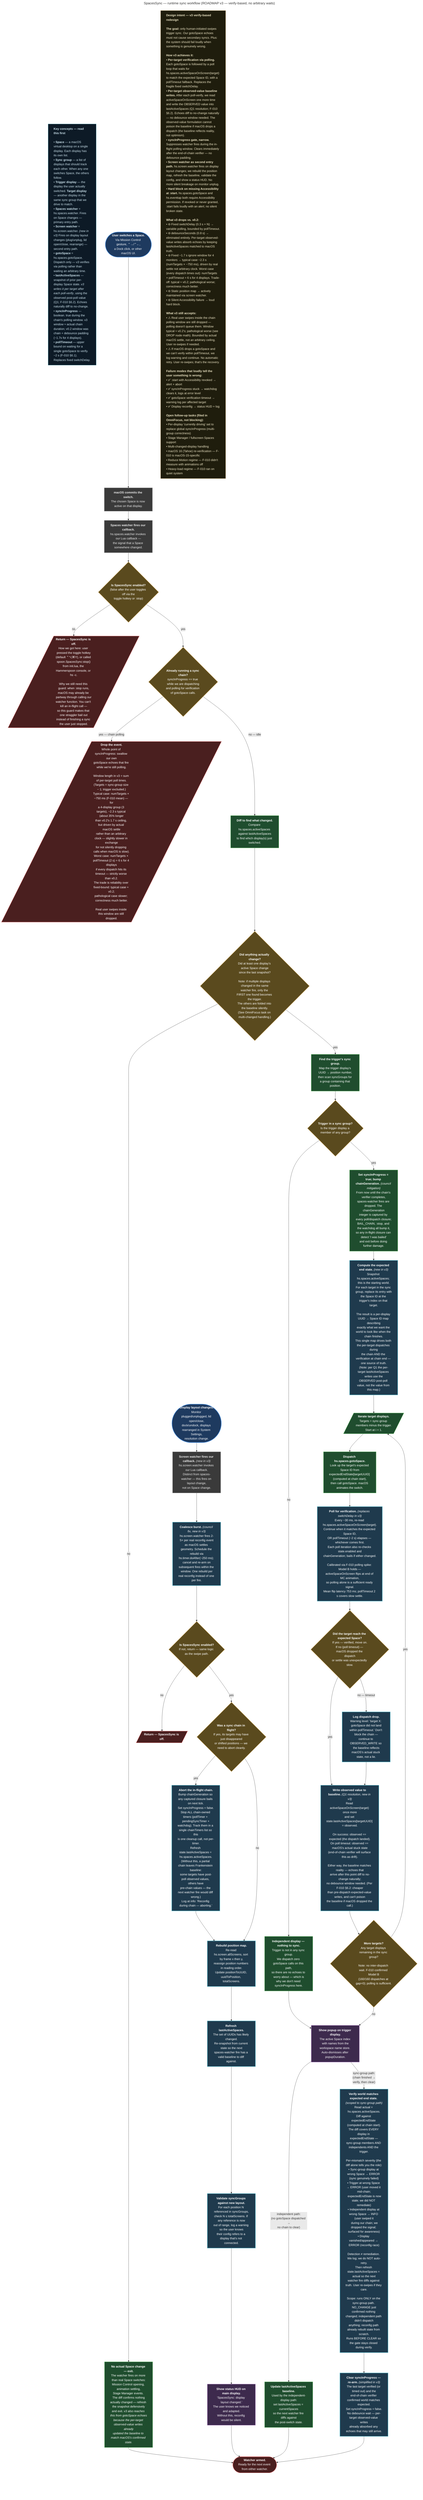
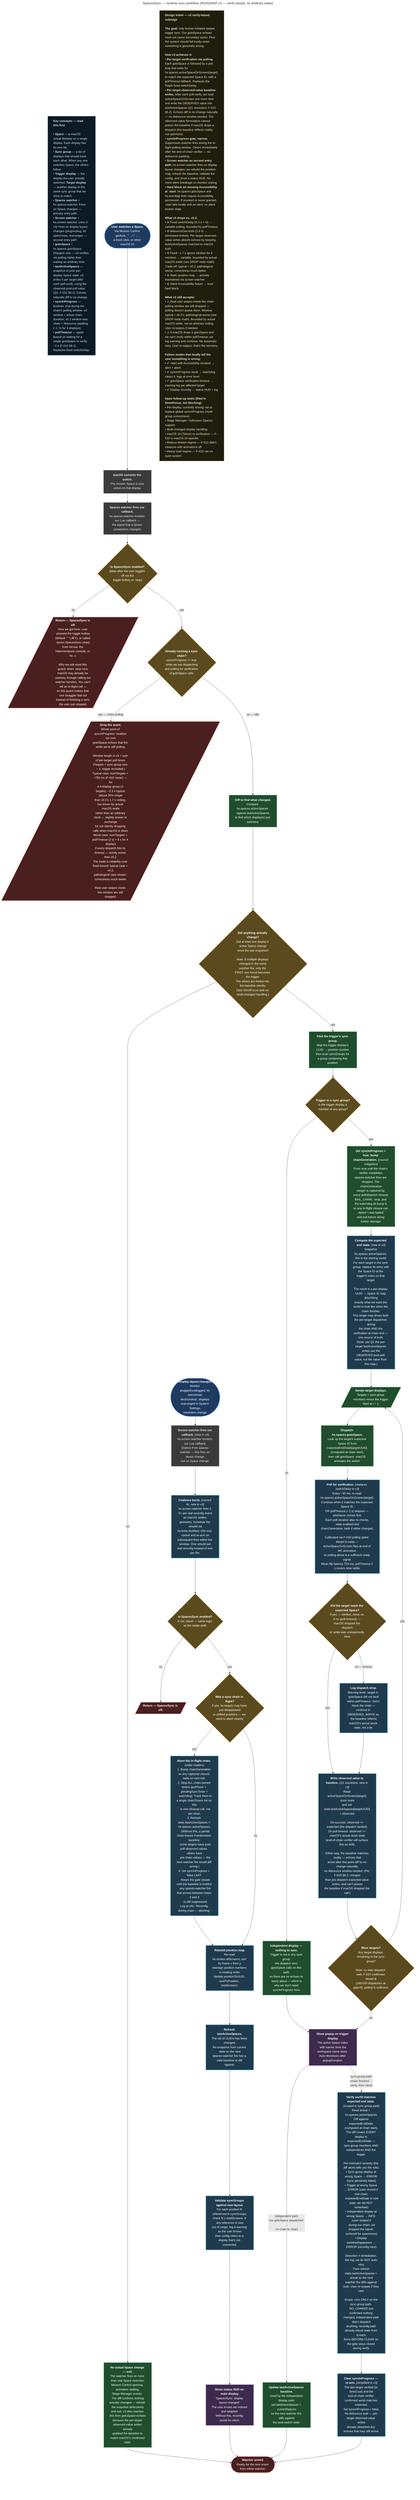
---
title: SpacesSync — runtime sync workflow (ROADMAP v3 — verify-based, no arbitrary waits)
---
flowchart TD
    classDef user fill:#1e3a5f,stroke:#4a90e2,stroke-width:2px,color:#fff
    classDef macos fill:#3a3a3a,stroke:#888,stroke-width:1.5px,color:#eee
    classDef spoon fill:#1f4d2e,stroke:#4caf50,stroke-width:1.5px,color:#fff
    classDef new fill:#1f3a4d,stroke:#4ab3c6,stroke-width:2px,color:#fff
    classDef decision fill:#5a4a1e,stroke:#d4a853,stroke-width:1.5px,color:#fff
    classDef terminal fill:#4a1f1f,stroke:#e57373,stroke-width:1.5px,color:#fff
    classDef ui fill:#3d2a4d,stroke:#b07cc6,stroke-width:1.5px,color:#fff

    %% ============================================================
    %% READING NOTE
    %% ============================================================
    %% v3 differs from CURRENT in three structural ways:
    %% 1. Two entry paths instead of one — the spaces-watcher path
    %%    (user swipes) and a new screen-watcher path (display reconfig).
    %% 2. The sync chain uses fire-and-verify instead of fire-and-wait.
    %%    The fixed switchDelay and debounceSeconds are gone.
    %% 3. Per-target lastActiveSpaces writes happen AFTER each poll-verify,
    %%    using the OBSERVED post-poll value (Q1 resolution; F-010 §6.2).
    %%    Echoes get absorbed without a debounce window because the
    %%    baseline always matches what macOS just confirmed.
    %% Each node opens with a <b>bold lead</b> for quick-skim.
    %% Detail follows for the deeper reader.
    %% ============================================================

    %% ============================================================
    %% KEY CONCEPTS — read this first
    %% ============================================================
    KEY["<div style='text-align: left;'><b>Key concepts — read this first</b><br/><br/>• <b>Space</b> — a macOS virtual desktop on a single display. Each display has its own list.<br/>• <b>Sync group</b> — a list of displays that should track each other. When any one switches Space, the others follow.<br/>• <b>Trigger display</b> — the display the user actually switched. <b>Target display</b> — another display in the same sync group that we drive to match.<br/>• <b>Spaces watcher</b> = hs.spaces.watcher. Fires on Space changes — primary entry path.<br/>• <b>Screen watcher</b> = hs.screen.watcher. <i>(new in v3)</i> Fires on display layout changes (plug/unplug, lid open/close, rearrange) — second entry path.<br/>• <b>gotoSpace</b> = hs.spaces.gotoSpace. Dispatch only — v3 verifies via polling rather than waiting an arbitrary time.<br/>• <b>lastActiveSpaces</b> — snapshot of prior per-display Space state. <i>v3 writes it per target after each poll-verify</i>, using the observed post-poll value (Q1; F-010 §6.2). Echoes naturally diff to no-change.<br/>• <b>syncInProgress</b> — boolean. true during the chain's polling window. v3 window ≈ actual chain duration; v0.2 window was chain + debounce padding (~1.7s for 4 displays).<br/>• <b>pollTimeout</b> — upper bound on waiting for a single gotoSpace to verify. ~2 s (F-010 §6.1). Replaces fixed switchDelay.</div>"]:::keybox
    classDef keybox fill:#0d1a26,stroke:#4ab3c6,color:#cfe6f0,text-align:left

    %% ============================================================
    %% ENTRY PATH 1 — USER SWIPE → SPACES WATCHER
    %% ============================================================

    U(["<b>User switches a Space.</b><br/>Via Mission Control gesture, ⌃→/⌃←,<br/>a Dock click, or other macOS UI."]):::user
    OS["<b>macOS commits the switch.</b><br/>The chosen Space is now active on that display."]:::macos
    W["<b>Spaces watcher fires our callback.</b><br/>hs.spaces.watcher invokes our Lua callback —<br/>the signal that a Space somewhere changed."]:::macos

    GATE_ENABLED{"<b>Is SpacesSync enabled?</b><br/>(false after the user toggles off via the<br/>toggle hotkey or :stop)"}:::decision
    SKIP_DISABLED[/"<b>Return — SpacesSync is off.</b><br/>How we got here: user pressed the toggle hotkey<br/>(default ⌃⌥⌘Y), or called spoon.SpacesSync:stop()<br/>from init.lua, the Hammerspoon console, or hs -c.<br/><br/>Why we still need this guard: when :stop runs,<br/>macOS may already be partway through calling our<br/>watcher function. You can't kill an in-flight call —<br/>so this guard makes that one straggler bail out<br/>instead of finishing a sync the user just stopped."/]:::terminal

    GATE_RUNNING{"<b>Already running a sync chain?</b><br/>syncInProgress == true while we are dispatching<br/>and polling for verification of gotoSpace calls."}:::decision
    DROP[/"<b>Drop the event.</b><br/>Whole point of syncInProgress: swallow our own<br/>gotoSpace echoes that fire while we're still polling.<br/><br/>Window length in v3 = sum of per-target poll times.<br/>(Targets = sync-group size − 1; trigger excluded.)<br/>Typical case: numTargets × ~750 ms (F-010 mean) — for<br/>a 4-display group (3 targets), ~2.3 s typical (about 35% longer<br/>than v0.2's 1.7 s ceiling, but driven by actual macOS settle<br/>rather than an arbitrary clock — slightly slower in exchange<br/>for not silently dropping calls when macOS is slow).<br/>Worst case: numTargets × pollTimeout (2 s) = 6 s for 4 displays<br/>if every dispatch hits its timeout — strictly worse than v0.2.<br/>The trade is reliability over fixed-bound: typical case ≈ v0.2;<br/>pathological case slower; correctness much better.<br/><br/>Real user swipes inside this window are still dropped."/]:::terminal

    DIFF["<b>Diff to find what changed.</b><br/>Compare hs.spaces.activeSpaces against lastActiveSpaces<br/>to find which display(s) just switched."]:::spoon
    FIND{"<b>Did anything actually change?</b><br/>Did at least one display's active Space change<br/>since the last snapshot?<br/><br/>Note: if multiple displays changed in the same<br/>watcher fire, only the FIRST one found becomes the trigger.<br/>The others are folded into the baseline silently.<br/>(See OmniFocus task on multi-changed handling.)"}:::decision
    NO_CHANGE["<b>No actual Space change — exit.</b><br/>The watcher fires on more than real Space switches:<br/>Mission Control opening, animation settling,<br/>Stage Manager events. The diff confirms nothing<br/>actually changed — refresh the snapshot defensively<br/>and exit. <i>v3 also reaches this from gotoSpace echoes</i><br/><i>because the per-target observed-value writes already</i><br/><i>updated the baseline to match macOS's confirmed state.</i>"]:::spoon

    LOOKUP["<b>Find the trigger's sync group.</b><br/>Map the trigger display's UUID → position number,<br/>then scan syncGroups for a group containing that position."]:::spoon
    GROUP{"<b>Trigger in a sync group?</b><br/>Is the trigger display a member of any group?"}:::decision

    INDEPENDENT["<b>Independent display — nothing to sync.</b><br/>Trigger is not in any sync group.<br/>We dispatch zero gotoSpace calls on this path,<br/>so there are no echoes to worry about — which is<br/>why we don't need syncInProgress here."]:::spoon

    LOCK["<b>Set syncInProgress = true; bump chainGeneration.</b> <i>(council mitigation)</i><br/>From now until the chain's verifier completes,<br/>spaces-watcher fires are dropped. The chainGeneration<br/>integer is captured by every poll/dispatch closure;<br/>BAIL_CHAIN, :stop, and the watchdog all bump it,<br/>so any in-flight closure can detect 'I was bailed'<br/>and exit before doing further damage."]:::spoon

    COMPUTE_EXPECTED["<b>Compute the expected end state.</b> <i>(new in v3)</i><br/>Snapshot hs.spaces.activeSpaces; this is the starting world.<br/>For each target in the sync group, replace its entry with<br/>the Space ID at the trigger's index on that target.<br/><br/>The result is a per-display UUID → Space ID map describing<br/>exactly what we want the world to look like when the chain finishes.<br/>This single map drives both the per-target dispatches during<br/>the chain AND the verification at chain end — one source of truth.<br/>(Note: per Q1 the per-target lastActiveSpaces writes use the<br/>OBSERVED post-poll value, not the value from this map.)"]:::new

    SYNCNEXT[/"<b>Iterate target displays.</b><br/>Targets = sync-group members minus the trigger.<br/>Start at i = 1."/]:::spoon

    %% --- v3 NEW: fire-and-verify replaces fire-and-wait ---
    DISPATCH["<b>Dispatch hs.spaces.gotoSpace.</b><br/>Look up the target's expected Space ID from<br/>expectedEndState[targetUUID] (computed at chain start),<br/>then call gotoSpace. macOS animates the switch."]:::spoon
    POLL["<b>Poll for verification.</b> <i>(replaces switchDelay in v3)</i><br/>Every ~30 ms, re-read hs.spaces.activeSpaceOnScreen(target).<br/>Continue when it matches the expected Space ID,<br/>OR pollTimeout (~2 s) elapses — whichever comes first.<br/>Each poll iteration also re-checks state.enabled and<br/>chainGeneration; bails if either changed.<br/><br/>Calibrated via F-010 polling spike: Model B holds —<br/>activeSpaceOnScreen flips at end of MC animation,<br/>so polling alone is a sufficient ready signal.<br/>Mean flip latency 753 ms; pollTimeout 2 s covers slow settle."]:::new
    VERIFY{"<b>Did the target reach the expected Space?</b><br/>If yes — verified, move on.<br/>If no (poll timeout) — macOS dropped the dispatch<br/>or settle was unexpectedly slow."}:::decision
    DROPPED_LOG["<b>Log dispatch drop.</b><br/>Warning level: 'target X: gotoSpace did not land<br/>within pollTimeout.' Don't block the chain —<br/>continue to OBSERVED_WRITE so the baseline reflects<br/>macOS's actual stuck state, not a lie."]:::new

    OBSERVED_WRITE["<b>Write observed value to baseline.</b> <i>(Q1 resolution, new in v3)</i><br/>Read activeSpaceOnScreen(target) once more<br/>and set state.lastActiveSpaces[targetUUID] = observed.<br/><br/>On success: observed == expected (the dispatch landed).<br/>On poll timeout: observed == macOS's actual stuck state<br/>(end-of-chain verifier will surface this as drift).<br/><br/>Either way, the baseline matches reality — echoes that<br/>arrive after this point diff to no-change naturally;<br/>no debounce window needed. (Per F-010 §6.2: cheaper<br/>than pre-dispatch expected-value writes, and can't poison<br/>the baseline if macOS dropped the call.)"]:::new

    MORE{"<b>More targets?</b><br/>Any target displays remaining in the sync group?<br/><br/>Note: no inter-dispatch wait. F-010 confirmed Model B<br/>(160/160 dispatches at gap=0); polling is sufficient."}:::decision

    VERIFY_END_STATE["<b>Verify world matches expected end state.</b> <i>(scoped to sync-group path)</i><br/>Read actual = hs.spaces.activeSpaces.<br/>Diff against expectedEndState (computed at chain start).<br/>The diff covers EVERY display in expectedEndState —<br/>sync-group members AND independents AND the trigger.<br/><br/>Per-mismatch severity (the diff alone tells you the role):<br/>• Sync-group display at wrong Space → ERROR (sync genuinely failed)<br/>• Trigger at wrong Space → ERROR (user moved it mid-chain;<br/>  expectedEndState is now stale; we did NOT remediate)<br/>• Independent display at wrong Space → INFO (user swiped it<br/>  during our chain; we dropped the signal; surfaced for awareness)<br/>• Display vanished/appeared → ERROR (reconfig race)<br/><br/>Detection ≠ remediation. We log; we do NOT auto-retry.<br/>Then refresh state.lastActiveSpaces = actual so the next<br/>watcher fire diffs against truth. User re-swipes if they care.<br/><br/>Scope: runs ONLY on the sync-group path. NO_CHANGE just<br/>confirmed nothing changed; independent path didn't dispatch<br/>anything; reconfig path already rebuilt state from scratch.<br/>Runs BEFORE CLEAR so the gate stays closed during verify."]:::new

    POPUP["<b>Show popup on trigger display.</b><br/>The active Space index with names from the<br/>workspace name store. Auto-dismisses after popupDuration."]:::ui

    CLEAR["<b>Clear syncInProgress — re-arm.</b> <i>(simplified in v3)</i><br/>The last target verified (or timed out) and the<br/>end-of-chain verifier confirmed world matches expected.<br/>Set syncInProgress = false.<br/>No debounce wait — per-target observed-value writes<br/>already absorbed any echoes that may still arrive."]:::new

    UPDATE_BASELINE["<b>Update lastActiveSpaces baseline.</b><br/>Used by the independent-display path:<br/>set lastActiveSpaces = currentSpaces<br/>so the next watcher fire diffs against<br/>the post-switch state."]:::spoon

    DONE([<b>Watcher armed.</b><br/>Ready for the next event from either watcher.]):::terminal

    %% ============================================================
    %% ENTRY PATH 2 — DISPLAY RECONFIG → SCREEN WATCHER (new in v3)
    %% ============================================================

    RECONFIG([<b>Display layout changes.</b><br/>Monitor plugged/unplugged, lid open/close,<br/>dock/undock, displays rearranged in System Settings,<br/>resolution change.]):::user
    SW["<b>Screen watcher fires our callback.</b> <i>(new in v3)</i><br/>hs.screen.watcher invokes our Lua callback.<br/>Distinct from spaces-watcher — this fires on layout change,<br/>not on Space change."]:::macos
    SW_DEBOUNCE["<b>Coalesce burst.</b> <i>(council fix, new in v3)</i><br/>hs.screen.watcher fires 2-5× per real reconfig event<br/>as macOS settles geometry. Schedule the rebuild via<br/>hs.timer.doAfter(~250 ms); cancel and re-arm on<br/>subsequent fires within the window. One rebuild per<br/>real reconfig instead of one per fire."]:::new

    RECONFIG_GATE_ENABLED{"<b>Is SpacesSync enabled?</b><br/>If not, return — same logic as the swipe path."}:::decision
    RECONFIG_SKIP[/"<b>Return — SpacesSync is off.</b>"/]:::terminal

    RECONFIG_BAIL_GATE{"<b>Was a sync chain in flight?</b><br/>If yes, its targets may have just disappeared<br/>or shifted positions — we need to abort cleanly."}:::decision
-     BAIL_CHAIN["<b>Abort the in-flight chain.</b><br/>Bump chainGeneration so any captured closure bails on next tick.<br/>Set syncInProgress = false.<br/>Stop ALL chain-owned timers (pollTimer + pendingSyncTimer +<br/>watchdog). Track them in a single chainTimers list so this<br/>is one cleanup call, not per-timer.<br/>Refresh state.lastActiveSpaces = hs.spaces.activeSpaces.<br/>(Without this, a partial chain leaves Frankenstein baseline:<br/>some targets have post-poll observed values, others have<br/>pre-chain values — the next watcher fire would diff wrong.)<br/>Log at info: 'Reconfig during chain — aborting.'"]:::new
+     BAIL_CHAIN["<b>Abort the in-flight chain.</b> <i>(order matters)</i><br/>1. Bump chainGeneration so any captured closure bails on next tick.<br/>2. Stop ALL chain-owned timers (pollTimer + pendingSyncTimer +<br/>   watchdog). Track them in a single chainTimers list so this<br/>   is one cleanup call, not per-timer.<br/>3. Refresh state.lastActiveSpaces = hs.spaces.activeSpaces.<br/>   (Without this, a partial chain leaves Frankenstein baseline:<br/>   some targets have post-poll observed values, others have<br/>   pre-chain values — the next watcher fire would diff wrong.)<br/>4. Set syncInProgress = false LAST.<br/>   Keeps the gate closed until the baseline is truthful;<br/>   any spaces-watcher fire that arrives between steps 3 and 4<br/>   is still suppressed.<br/>Log at info: 'Reconfig during chain — aborting.'"]:::new

    REBUILD_MAP["<b>Rebuild position map.</b><br/>Re-read hs.screen.allScreens, sort by frame x then y,<br/>reassign position numbers in reading order.<br/>Update positionToUUID, uuidToPosition, totalScreens."]:::new

    REFRESH_BASELINE["<b>Refresh lastActiveSpaces.</b><br/>The set of UUIDs has likely changed.<br/>Re-snapshot from current state so the next<br/>spaces-watcher fire has a valid baseline to diff against."]:::new

    VALIDATE_CONFIG["<b>Validate syncGroups against new layout.</b><br/>For each position N referenced in syncGroups,<br/>check N ≤ totalScreens. If any reference is now<br/>out of range, log a warning so the user knows<br/>their config refers to a display that's not connected."]:::new

    STATUS_HUD["<b>Show status HUD on main display.</b><br/>'SpacesSync: display layout changed.'<br/>The user knows we noticed and adapted.<br/>Without this, reconfig would be silent."]:::ui

    %% ============================================================
    %% EDGES — entry path 1 (swipe)
    %% ============================================================

    U --> OS --> W --> GATE_ENABLED
    GATE_ENABLED -- no --> SKIP_DISABLED
    GATE_ENABLED -- yes --> GATE_RUNNING

    GATE_RUNNING -- "yes — chain polling" --> DROP
    GATE_RUNNING -- "no — idle" --> DIFF --> FIND
    FIND -- no --> NO_CHANGE --> DONE
    FIND -- yes --> LOOKUP --> GROUP

    GROUP -- no --> INDEPENDENT --> POPUP
    GROUP -- yes --> LOCK --> COMPUTE_EXPECTED --> SYNCNEXT --> DISPATCH --> POLL --> VERIFY
    VERIFY -- yes --> OBSERVED_WRITE
    VERIFY -- "no — timeout" --> DROPPED_LOG --> OBSERVED_WRITE
    OBSERVED_WRITE --> MORE
    MORE -- yes --> SYNCNEXT
    MORE -- no --> POPUP

    POPUP -- "independent path:<br/>(no gotoSpace dispatched →<br/>no chain to clear)" --> UPDATE_BASELINE --> DONE
    POPUP -- "sync-group path:<br/>(chain finished →<br/>verify, then clear)" --> VERIFY_END_STATE --> CLEAR --> DONE

    %% ============================================================
    %% EDGES — entry path 2 (reconfig)
    %% ============================================================

    RECONFIG --> SW --> SW_DEBOUNCE --> RECONFIG_GATE_ENABLED
    RECONFIG_GATE_ENABLED -- no --> RECONFIG_SKIP
    RECONFIG_GATE_ENABLED -- yes --> RECONFIG_BAIL_GATE
    RECONFIG_BAIL_GATE -- yes --> BAIL_CHAIN --> REBUILD_MAP
    RECONFIG_BAIL_GATE -- no --> REBUILD_MAP
    REBUILD_MAP --> REFRESH_BASELINE --> VALIDATE_CONFIG --> STATUS_HUD --> DONE

    %% ============================================================
    %% DESIGN INTENT — what v3 changes vs. v0.2
    %% ============================================================

-     DESIGN["<div style='text-align: left;'><b>Design intent — v3 verify-based redesign</b><br/><br/><b>The goal:</b> only human-initiated swipes trigger sync. Our gotoSpace echoes must not cause secondary syncs. Plus: the system should fail loudly when something is genuinely wrong.<br/><br/><b>How v3 achieves it:</b><br/>• <b>Per-target verification via polling.</b> Each gotoSpace is followed by a poll loop that waits for hs.spaces.activeSpaceOnScreen(target) to match the expected Space ID, with a pollTimeout fallback. Replaces the fragile fixed switchDelay.<br/>• <b>Per-target observed-value baseline writes.</b> After each poll-verify, we read activeSpaceOnScreen one more time and write the OBSERVED value into lastActiveSpaces (Q1 resolution; F-010 §6.2). Echoes diff to no-change naturally — no debounce window needed. The observed-value formulation cannot poison the baseline if macOS drops a dispatch (the baseline reflects reality, not optimism).<br/>• <b>syncInProgress gate, narrow.</b> Suppresses watcher fires during the in-flight polling window. Clears immediately after the end-of-chain verifier — no debounce padding.<br/>• <b>Screen watcher as second entry path.</b> hs.screen.watcher fires on display layout changes; we rebuild the position map, refresh the baseline, validate the config, and show a status HUD. No more silent breakage on monitor unplug.<br/>• <b>Hard block on missing Accessibility at :start.</b> hs.spaces.gotoSpace and hs.eventtap both require Accessibility permission. If revoked or never granted, :start fails loudly with an alert; no silent broken state.<br/><br/><b>What v3 drops vs. v0.2:</b><br/>• ⊖ Fixed switchDelay (0.3 s × N) → variable polling, bounded by pollTimeout.<br/>• ⊖ debounceSeconds (0.8 s) → eliminated entirely. Per-target observed-value writes absorb echoes by keeping lastActiveSpaces matched to macOS truth.<br/>• ⊖ Fixed ~1.7 s ignore window for 4 monitors → typical case ~2.3 s (numTargets × ~750 ms), driven by real settle not arbitrary clock. Worst case (every dispatch times out): numTargets × pollTimeout = 6 s for 4 displays. Trade-off: typical ≈ v0.2; pathological worse; correctness much better.<br/>• ⊖ Static position map → actively maintained via screen watcher.<br/>• ⊖ Silent Accessibility failure → loud hard block.<br/><br/><b>What v3 still accepts:</b><br/>• ⚠ Real user swipes inside the chain polling window are still dropped — polling doesn't queue them. Window typical ≈ v0.2's; pathological worse (see DROP node math). Bounded by actual macOS settle, not an arbitrary ceiling. User re-swipes if needed.<br/>• ⚠ If macOS drops a gotoSpace and we can't verify within pollTimeout, we log warning and continue. No automatic retry. User re-swipes; that's the recovery.<br/><br/><b>Failure modes that loudly tell the user something is wrong:</b><br/>• ✅ :start with Accessibility revoked → alert + abort<br/>• ✅ syncInProgress stuck → watchdog clears it, logs at error level<br/>• ✅ gotoSpace verification timeout → warning log per affected target<br/>• ✅ Display reconfig → status HUD + log<br/><br/><b>Open follow-up tasks (filed in OmniFocus, not blocking):</b><br/>• Per-display 'currently driving' set to replace global syncInProgress (multi-group correctness)<br/>• Stage Manager / fullscreen Spaces support<br/>• Multi-changed-display handling<br/>• macOS 16 (Tahoe) re-verification — F-010 is macOS-15-specific<br/>• Reduce Motion regime — F-010 didn't measure with animations off<br/>• Heavy-load regime — F-010 ran on quiet system</div>"]:::designbox
+     DESIGN["<div style='text-align: left;'><b>Design intent — v3 verify-based redesign</b><br/><br/><b>The goal:</b> only human-initiated swipes trigger sync. Our gotoSpace echoes must not cause secondary syncs. Plus: the system should fail loudly when something is genuinely wrong.<br/><br/><b>How v3 achieves it:</b><br/>• <b>Per-target verification via polling.</b> Each gotoSpace is followed by a poll loop that waits for hs.spaces.activeSpaceOnScreen(target) to match the expected Space ID, with a pollTimeout fallback. Replaces the fragile fixed switchDelay.<br/>• <b>Per-target observed-value baseline writes.</b> After each poll-verify, we read activeSpaceOnScreen one more time and write the OBSERVED value into lastActiveSpaces (Q1 resolution; F-010 §6.2). Echoes diff to no-change naturally — no debounce window needed. The observed-value formulation cannot poison the baseline if macOS drops a dispatch (the baseline reflects reality, not optimism).<br/>• <b>syncInProgress gate, narrow.</b> Suppresses watcher fires during the in-flight polling window. Clears immediately after the end-of-chain verifier — no debounce padding.<br/>• <b>Screen watcher as second entry path.</b> hs.screen.watcher fires on display layout changes; we rebuild the position map, refresh the baseline, validate the config, and show a status HUD. No more silent breakage on monitor unplug.<br/>• <b>Hard block on missing Accessibility at :start.</b> hs.spaces.gotoSpace and hs.eventtap both require Accessibility permission. If revoked or never granted, :start fails loudly with an alert; no silent broken state.<br/><br/><b>What v3 drops vs. v0.2:</b><br/>• ⊖ Fixed switchDelay (0.3 s × N) → variable polling, bounded by pollTimeout.<br/>• ⊖ debounceSeconds (0.8 s) → eliminated entirely. Per-target observed-value writes absorb echoes by keeping lastActiveSpaces matched to macOS truth.<br/>• ⊖ Fixed ~1.7 s ignore window for 4 monitors → variable, bounded by actual macOS settle (see DROP node math). Trade-off: typical ≈ v0.2; pathological worse; correctness much better.<br/>• ⊖ Static position map → actively maintained via screen watcher.<br/>• ⊖ Silent Accessibility failure → loud hard block.<br/><br/><b>What v3 still accepts:</b><br/>• ⚠ Real user swipes inside the chain polling window are still dropped — polling doesn't queue them. Window typical ≈ v0.2's; pathological worse (see DROP node math). Bounded by actual macOS settle, not an arbitrary ceiling. User re-swipes if needed.<br/>• ⚠ If macOS drops a gotoSpace and we can't verify within pollTimeout, we log warning and continue. No automatic retry. User re-swipes; that's the recovery.<br/><br/><b>Failure modes that loudly tell the user something is wrong:</b><br/>• ✅ :start with Accessibility revoked → alert + abort<br/>• ✅ syncInProgress stuck → watchdog clears it, logs at error level<br/>• ✅ gotoSpace verification timeout → warning log per affected target<br/>• ✅ Display reconfig → status HUD + log<br/><br/><b>Open follow-up tasks (filed in OmniFocus, not blocking):</b><br/>• Per-display 'currently driving' set to replace global syncInProgress (multi-group correctness)<br/>• Stage Manager / fullscreen Spaces support<br/>• Multi-changed-display handling<br/>• macOS 16 (Tahoe) re-verification — F-010 is macOS-15-specific<br/>• Reduce Motion regime — F-010 didn't measure with animations off<br/>• Heavy-load regime — F-010 ran on quiet system</div>"]:::designbox
    classDef designbox fill:#1f1d0d,stroke:#d4a853,color:#f0e8c8,text-align:left
